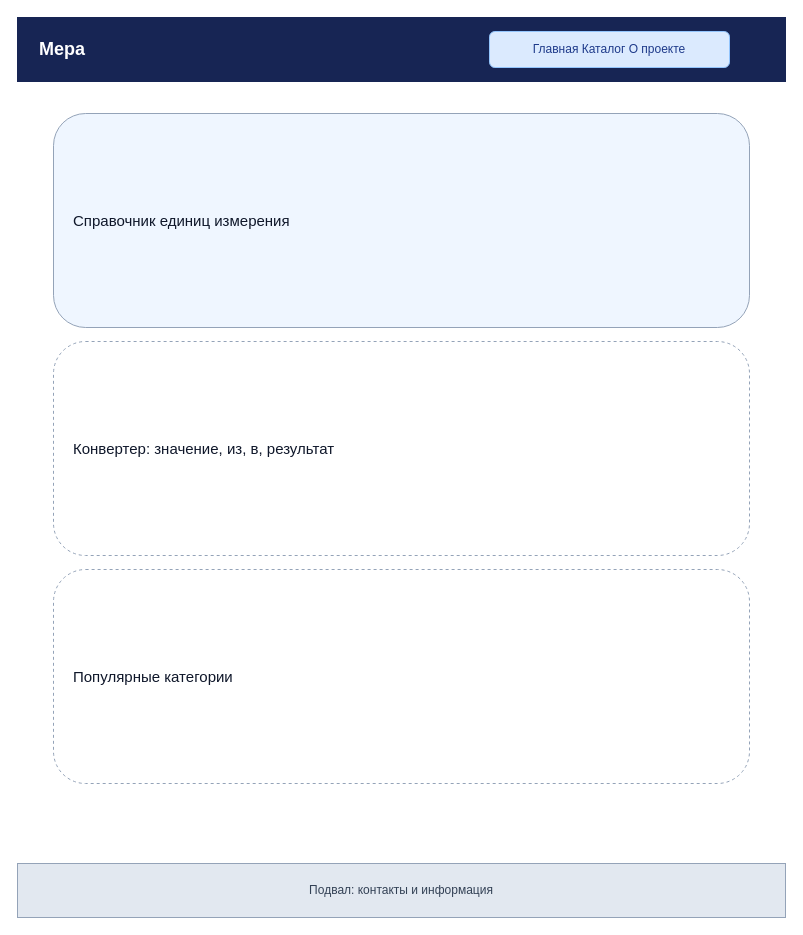
Before: page "Главная и конвертер — Tablet" (2 of 9) of design/prototypes.drawio in Anatoly-Sobolev/web, a draw.io diagram. Source tidied: cells renumbered, new cells numbered last; positions are measured from the earlier drawing's top-left corner, leaving out a move shared by most shapes. Both pictures are drawn from the tidied source at 100%, with x=0, y=0 at pixel (17, 17).
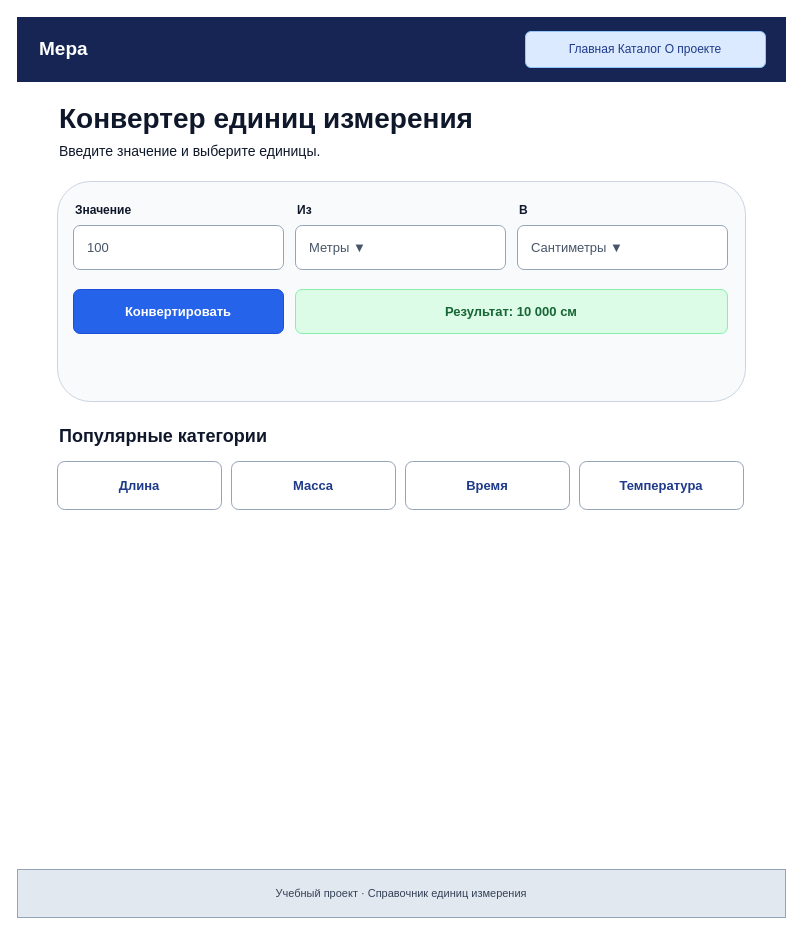
Above is the later version.

The edit, as a diff of the source:
```diff
@@
-    <mxCell id="2" value="Мера" style="rounded=0;whiteSpace=wrap;html=1;fillColor=#172554;fontColor=#ffffff;strokeColor=#172554;fontSize=18;fontStyle=1;align=left;spacingLeft=20;" parent="1" vertex="1">
+    <mxCell id="2" value="Мера" style="rounded=0;whiteSpace=wrap;html=1;fillColor=#172554;strokeColor=#172554;fontColor=#ffffff;fontSize=19;fontStyle=1;align=left;spacingLeft=20;" parent="1" vertex="1">
       <mxGeometry width="768" height="64" as="geometry" />
     </mxCell>
     <mxCell id="3" value="Главная   Каталог   О проекте" style="rounded=1;whiteSpace=wrap;html=1;fillColor=#dbeafe;strokeColor=#93c5fd;fontColor=#1e3a8a;fontSize=12;" parent="1" vertex="1">
-      <mxGeometry x="472" y="14" width="240" height="36" as="geometry" />
+      <mxGeometry x="508" y="14" width="240" height="36" as="geometry" />
     </mxCell>
-    <mxCell id="4" value="Справочник единиц измерения" style="rounded=1;whiteSpace=wrap;html=1;fillColor=#eff6ff;strokeColor=#94a3b8;fontColor=#0f172a;fontSize=15;align=left;verticalAlign=middle;spacingLeft=18;dashed=0;" parent="1" vertex="1">
-      <mxGeometry x="36" y="96" width="696" height="214" as="geometry" />
+    <mxCell id="4" value="Конвертер единиц измерения" style="text;html=1;strokeColor=none;fillColor=none;align=left;verticalAlign=middle;whiteSpace=wrap;fontSize=28;fontStyle=1;fontColor=#0f172a;" parent="1" vertex="1">
+      <mxGeometry x="40" y="82" width="688" height="38" as="geometry" />
     </mxCell>
-    <mxCell id="5" value="Конвертер: значение, из, в, результат" style="rounded=1;whiteSpace=wrap;html=1;fillColor=#ffffff;strokeColor=#94a3b8;fontColor=#0f172a;fontSize=15;align=left;verticalAlign=middle;spacingLeft=18;dashed=1;" parent="1" vertex="1">
-      <mxGeometry x="36" y="324" width="696" height="214" as="geometry" />
+    <mxCell id="5" value="Введите значение и выберите единицы." style="text;html=1;strokeColor=none;fillColor=none;align=left;verticalAlign=middle;whiteSpace=wrap;fontSize=14;fontStyle=0;fontColor=#0f172a;" parent="1" vertex="1">
+      <mxGeometry x="40" y="120" width="688" height="28" as="geometry" />
     </mxCell>
-    <mxCell id="6" value="Популярные категории" style="rounded=1;whiteSpace=wrap;html=1;fillColor=#ffffff;strokeColor=#94a3b8;fontColor=#0f172a;fontSize=15;align=left;verticalAlign=middle;spacingLeft=18;dashed=1;" parent="1" vertex="1">
-      <mxGeometry x="36" y="552" width="696" height="214" as="geometry" />
+    <mxCell id="6" style="rounded=1;whiteSpace=wrap;html=1;fillColor=#f8fafc;strokeColor=#cbd5e1;" parent="1" vertex="1">
+      <mxGeometry x="40" y="164" width="688" height="220" as="geometry" />
     </mxCell>
-    <mxCell id="7" value="Подвал: контакты и информация" style="rounded=0;whiteSpace=wrap;html=1;fillColor=#e2e8f0;strokeColor=#94a3b8;fontColor=#334155;fontSize=12;" parent="1" vertex="1">
-      <mxGeometry y="846" width="768" height="54" as="geometry" />
+    <mxCell id="7" value="Значение" style="text;html=1;strokeColor=none;fillColor=none;align=left;verticalAlign=middle;whiteSpace=wrap;fontSize=12;fontStyle=1;fontColor=#0f172a;" parent="1" vertex="1">
+      <mxGeometry x="56" y="182" width="210" height="22" as="geometry" />
     </mxCell>
+    <mxCell id="8" value="Из" style="text;html=1;strokeColor=none;fillColor=none;align=left;verticalAlign=middle;whiteSpace=wrap;fontSize=12;fontStyle=1;fontColor=#0f172a;" parent="1" vertex="1">
+      <mxGeometry x="278" y="182" width="210" height="22" as="geometry" />
+    </mxCell>
+    <mxCell id="9" value="В" style="text;html=1;strokeColor=none;fillColor=none;align=left;verticalAlign=middle;whiteSpace=wrap;fontSize=12;fontStyle=1;fontColor=#0f172a;" parent="1" vertex="1">
+      <mxGeometry x="500" y="182" width="210" height="22" as="geometry" />
+    </mxCell>
+    <mxCell id="10" value="100" style="rounded=1;whiteSpace=wrap;html=1;fillColor=#ffffff;strokeColor=#94a3b8;fontColor=#475569;align=left;spacingLeft=12;fontSize=13;" parent="1" vertex="1">
+      <mxGeometry x="56" y="208" width="210" height="44" as="geometry" />
+    </mxCell>
+    <mxCell id="11" value="Метры ▼" style="rounded=1;whiteSpace=wrap;html=1;fillColor=#ffffff;strokeColor=#94a3b8;fontColor=#475569;align=left;spacingLeft=12;fontSize=13;" parent="1" vertex="1">
+      <mxGeometry x="278" y="208" width="210" height="44" as="geometry" />
+    </mxCell>
+    <mxCell id="12" value="Сантиметры ▼" style="rounded=1;whiteSpace=wrap;html=1;fillColor=#ffffff;strokeColor=#94a3b8;fontColor=#475569;align=left;spacingLeft=12;fontSize=13;" parent="1" vertex="1">
+      <mxGeometry x="500" y="208" width="210" height="44" as="geometry" />
+    </mxCell>
+    <mxCell id="13" value="Конвертировать" style="rounded=1;whiteSpace=wrap;html=1;fillColor=#2563eb;strokeColor=#1d4ed8;fontColor=#ffffff;fontStyle=1;fontSize=13;" parent="1" vertex="1">
+      <mxGeometry x="56" y="272" width="210" height="44" as="geometry" />
+    </mxCell>
+    <mxCell id="14" value="Результат: 10 000 см" style="rounded=1;whiteSpace=wrap;html=1;fillColor=#dcfce7;strokeColor=#86efac;fontColor=#166534;fontStyle=1;fontSize=13;" parent="1" vertex="1">
+      <mxGeometry x="278" y="272" width="432" height="44" as="geometry" />
+    </mxCell>
+    <mxCell id="15" value="Популярные категории" style="text;html=1;strokeColor=none;fillColor=none;align=left;verticalAlign=middle;whiteSpace=wrap;fontSize=18;fontStyle=1;fontColor=#0f172a;" parent="1" vertex="1">
+      <mxGeometry x="40" y="404" width="688" height="30" as="geometry" />
+    </mxCell>
+    <mxCell id="16" value="Длина" style="rounded=1;whiteSpace=wrap;html=1;fillColor=#ffffff;strokeColor=#94a3b8;fontColor=#1e3a8a;fontStyle=1;fontSize=13;" parent="1" vertex="1">
+      <mxGeometry x="40" y="444" width="164" height="48" as="geometry" />
+    </mxCell>
+    <mxCell id="17" value="Масса" style="rounded=1;whiteSpace=wrap;html=1;fillColor=#ffffff;strokeColor=#94a3b8;fontColor=#1e3a8a;fontStyle=1;fontSize=13;" parent="1" vertex="1">
+      <mxGeometry x="214" y="444" width="164" height="48" as="geometry" />
+    </mxCell>
+    <mxCell id="18" value="Время" style="rounded=1;whiteSpace=wrap;html=1;fillColor=#ffffff;strokeColor=#94a3b8;fontColor=#1e3a8a;fontStyle=1;fontSize=13;" parent="1" vertex="1">
+      <mxGeometry x="388" y="444" width="164" height="48" as="geometry" />
+    </mxCell>
+    <mxCell id="19" value="Температура" style="rounded=1;whiteSpace=wrap;html=1;fillColor=#ffffff;strokeColor=#94a3b8;fontColor=#1e3a8a;fontStyle=1;fontSize=13;" parent="1" vertex="1">
+      <mxGeometry x="562" y="444" width="164" height="48" as="geometry" />
+    </mxCell>
+    <mxCell id="20" value="Учебный проект · Справочник единиц измерения" style="rounded=0;whiteSpace=wrap;html=1;fillColor=#e2e8f0;strokeColor=#94a3b8;fontColor=#334155;fontSize=11;" parent="1" vertex="1">
+      <mxGeometry y="852" width="768" height="48" as="geometry" />
+    </mxCell>
```
